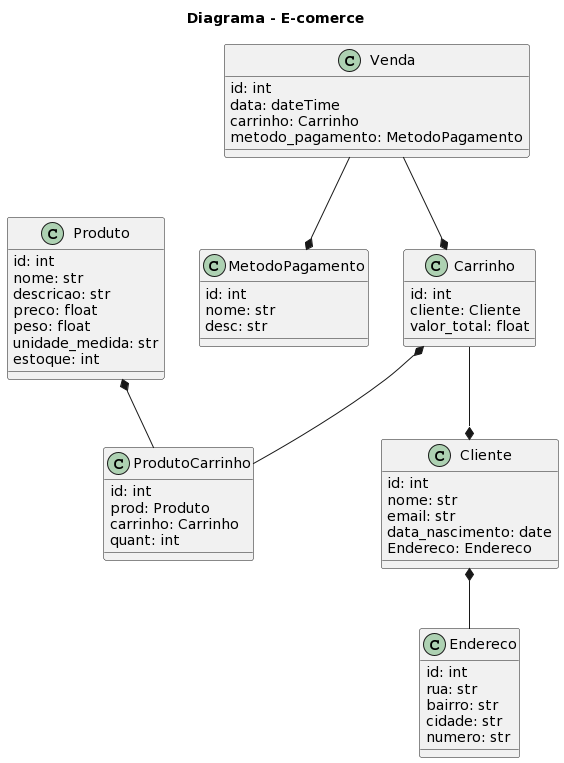
Before: comercio/doc/diagrama_classes_ecomerce.png, a diagram exported from PlantUML (vitorueno/POO2_AV2). Source of this version:
```plantuml
@startuml
title Diagrama - E-comerce

class Cliente {
  id: int
  nome: str
  email: str
  data_nascimento: date
  Endereco: Endereco
}

class Endereco {
  id: int
  rua: str
  bairro: str
  cidade: str
  numero: str
}


class Produto {
  id: int
  nome: str
  descricao: str
  preco: float
  peso: float
  unidade_medida: str
  estoque: int
}

class ProdutoCarrinho {
  id: int
  prod: Produto
  carrinho: Carrinho
  quant: int
}

class MetodoPagamento {
  id: int
  nome: str
  desc: str

}


class Carrinho {
  id: int
  cliente: Cliente
  valor_total: float

}


class Venda {
  id: int
  data: dateTime
  carrinho: Carrinho
  metodo_pagamento: MetodoPagamento
}


Cliente *-- Endereco
Produto *-- ProdutoCarrinho
Carrinho --* Cliente
Venda --* Carrinho
Carrinho *-- ProdutoCarrinho
Venda --* MetodoPagamento
@enduml
```
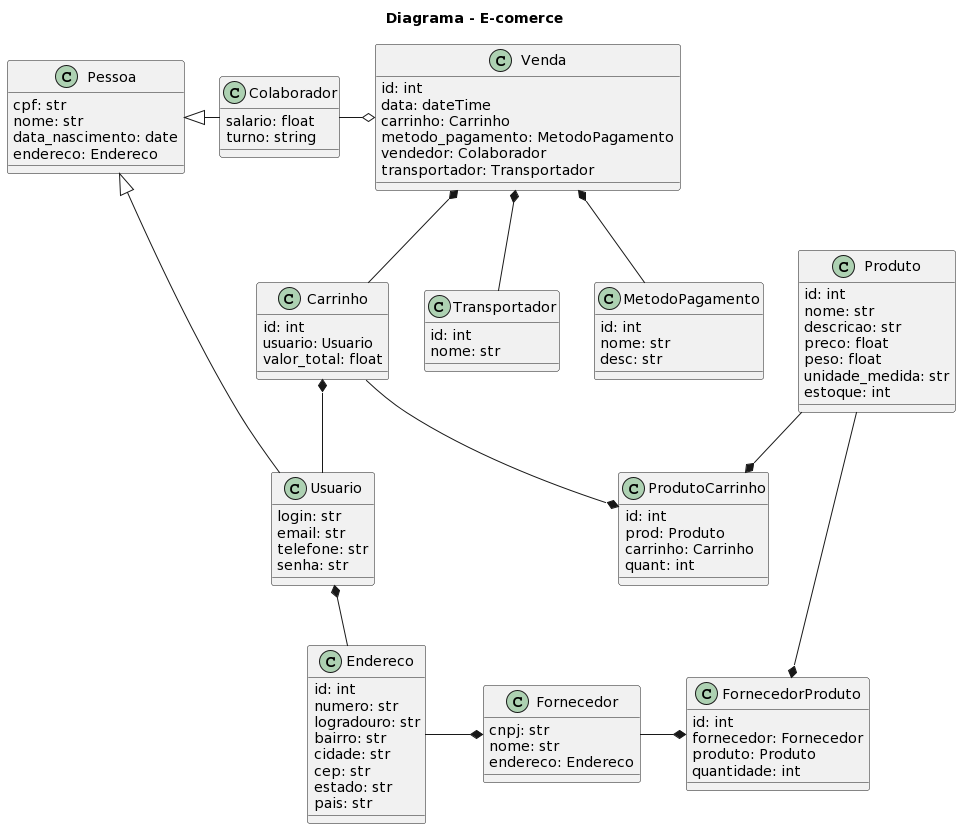
The same diagram one commit later.

Change to the diagram source:
```diff
@@ -1,20 +1,30 @@
 @startuml
 title Diagrama - E-comerce
 
-class Cliente {
-  id: int
+
+class Pessoa {
+  cpf: str
   nome: str
+  data_nascimento: date
+  endereco: Endereco
+}
+
+class Usuario {
+  login: str
   email: str
-  data_nascimento: date
-  Endereco: Endereco
+  telefone: str
+  senha: str
 }
 
 class Endereco {
   id: int
-  rua: str
+  numero: str
+  logradouro: str
   bairro: str
   cidade: str
-  numero: str
+  cep: str
+  estado: str
+  pais: str
 }
 
 
@@ -45,7 +55,7 @@
 
 class Carrinho {
   id: int
-  cliente: Cliente
+  usuario: Usuario
   valor_total: float
 
 }
@@ -56,13 +66,50 @@
   data: dateTime
   carrinho: Carrinho
   metodo_pagamento: MetodoPagamento
+  vendedor: Colaborador
+  transportador: Transportador
+}
+
+class Fornecedor {
+  cnpj: str
+  nome: str
+  endereco: Endereco
+}
+
+class FornecedorProduto {
+  id: int
+  fornecedor: Fornecedor
+  produto: Produto
+  quantidade: int
+}
+
+class Transportador {
+  id: int
+  nome: str
+}
+
+class Colaborador {
+  salario: float
+  turno: string
 }
 
 
-Cliente *-- Endereco
-Produto *-- ProdutoCarrinho
-Carrinho --* Cliente
-Venda --* Carrinho
-Carrinho *-- ProdutoCarrinho
-Venda --* MetodoPagamento
+
+Pessoa <|- Usuario
+Pessoa <|- Colaborador
+
+Usuario *-- Endereco
+Carrinho *-- Usuario
+Venda *-- Carrinho
+Carrinho --* ProdutoCarrinho
+Produto --* ProdutoCarrinho
+Venda *-- MetodoPagamento
+Venda *-- Transportador
+
+Fornecedor -* FornecedorProduto
+Produto -* FornecedorProduto
+
+Colaborador -o Venda
+
+Endereco -* Fornecedor
 @enduml
```
